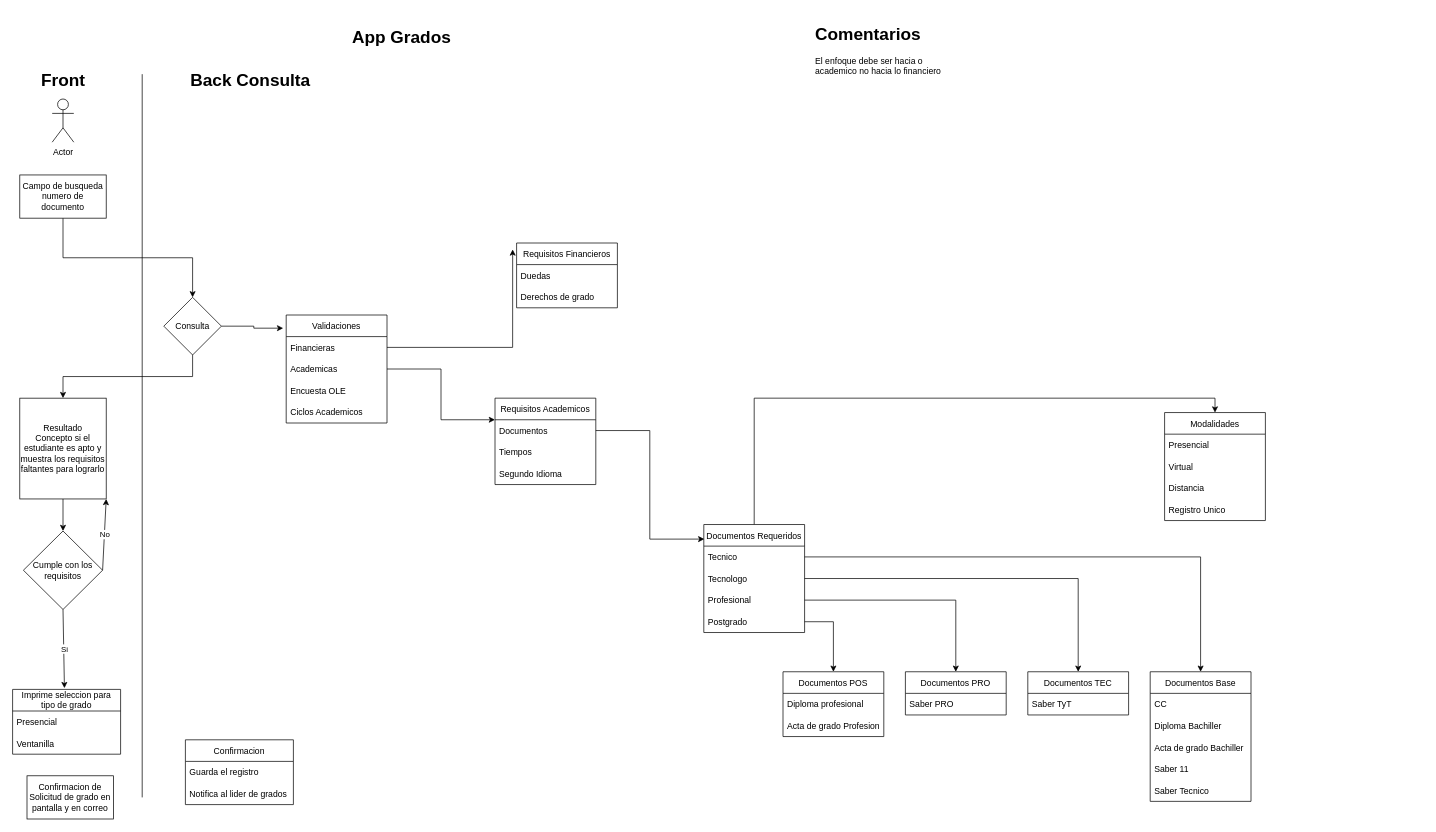
Earlier version of the draw.io diagram flujo-inicial.drawio (DevOps-CUN/docs-apps-grados). Source tidied: cells renumbered, new cells numbered last; positions are measured from the earlier drawing's top-left corner, leaving out a move shared by most shapes. Both pictures are drawn from the tidied source at 72%, with x=0, y=0 at pixel (12, 12).
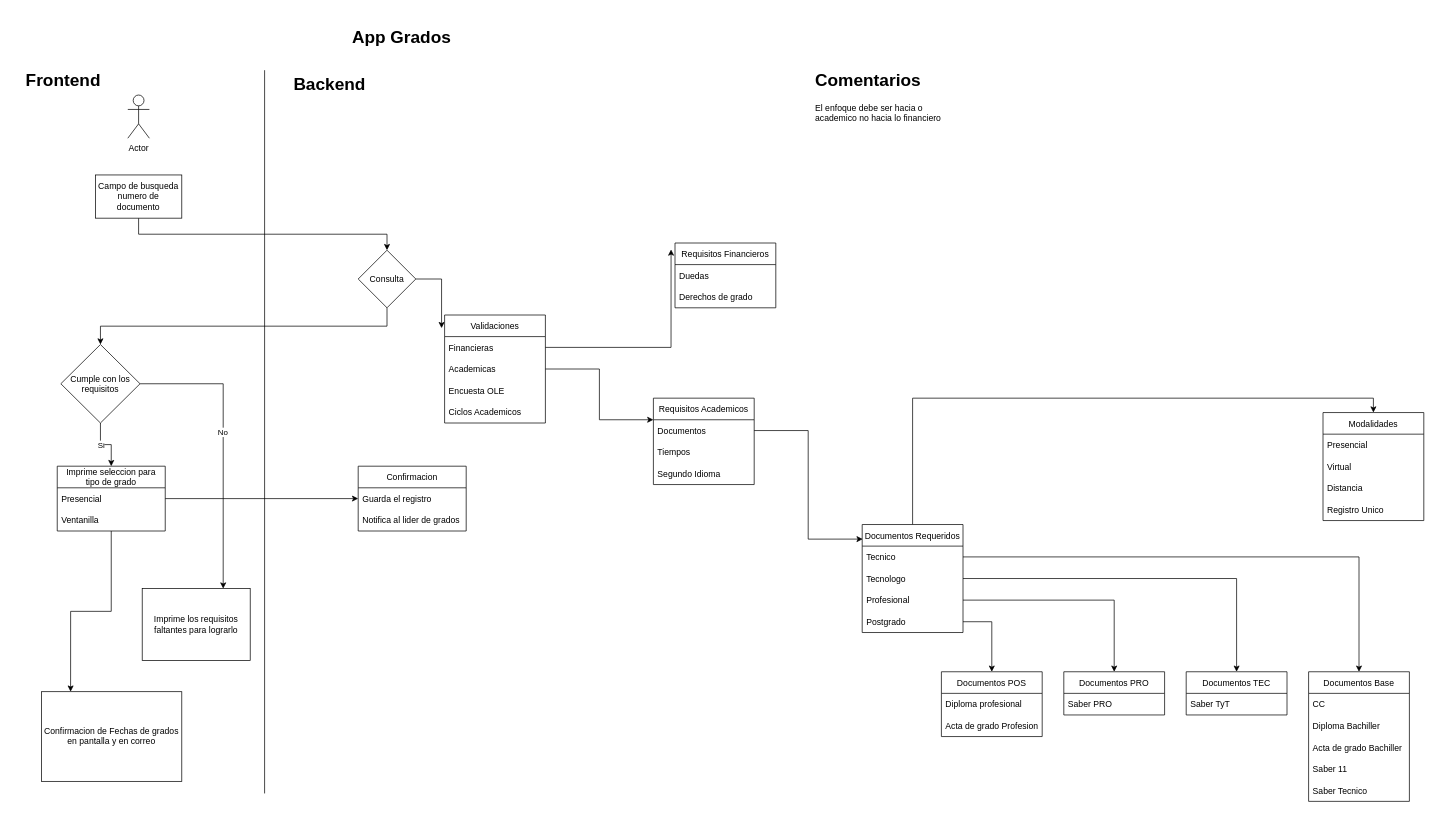
The same diagram, later.

Unchanged cells that the change refers to:
```xml
<mxCell id="62" value="Presencial" style="text;strokeColor=none;fillColor=none;align=left;verticalAlign=middle;spacingLeft=4;spacingRight=4;overflow=hidden;points=[[0,0.5],[1,0.5]];portConstraint=eastwest;" parent="61" vertex="1">
  <mxGeometry y="30" width="150" height="30" as="geometry" />
</mxCell>
<mxCell id="67" value="Guarda el registro" style="text;strokeColor=none;fillColor=none;align=left;verticalAlign=middle;spacingLeft=4;spacingRight=4;overflow=hidden;points=[[0,0.5],[1,0.5]];portConstraint=eastwest;" parent="66" vertex="1">
  <mxGeometry y="30" width="150" height="30" as="geometry" />
</mxCell>
```

What changed in the source:
```diff
@@
     <mxCell id="3" value="Campo de busqueda numero de documento" style="rounded=0;whiteSpace=wrap;html=1;" parent="1" vertex="1">
-      <mxGeometry x="10" y="225.5" width="120" height="60" as="geometry" />
+      <mxGeometry x="115" y="225.5" width="120" height="60" as="geometry" />
     </mxCell>
     <mxCell id="4" style="endArrow=none;html=1;rounded=0;" parent="1" edge="1">
       <mxGeometry relative="1" as="geometry">
-        <mxPoint x="180" y="1090" as="sourcePoint" />
-        <mxPoint x="180" y="85.5" as="targetPoint" />
+        <mxPoint x="350" y="1084.5" as="sourcePoint" />
+        <mxPoint x="350" y="80" as="targetPoint" />
       </mxGeometry>
     </mxCell>
-    <mxCell id="5" value="Front" style="text;strokeColor=none;fillColor=none;html=1;fontSize=24;fontStyle=1;verticalAlign=middle;align=center;" parent="1" vertex="1">
+    <mxCell id="5" value="Frontend" style="text;strokeColor=none;fillColor=none;html=1;fontSize=24;fontStyle=1;verticalAlign=middle;align=center;" parent="1" vertex="1">
       <mxGeometry x="20" y="74.5" width="100" height="40" as="geometry" />
     </mxCell>
-    <mxCell id="6" style="edgeStyle=orthogonalEdgeStyle;rounded=0;jettySize=auto;html=1;exitX=0.5;exitY=1;exitDx=0;exitDy=0;" parent="1" edge="1" source="7" target="58">
-      <mxGeometry relative="1" as="geometry" />
-    </mxCell>
-    <mxCell id="7" value="Resultado&lt;br&gt;Concepto si el estudiante es apto y muestra los requisitos faltantes para lograrlo&lt;br&gt;" style="rounded=0;whiteSpace=wrap;html=1;" parent="1" vertex="1">
-      <mxGeometry x="10" y="535.5" width="120" height="140" as="geometry" />
+    <mxCell id="7" value="Imprime los requisitos faltantes para lograrlo" style="rounded=0;whiteSpace=wrap;html=1;" parent="1" vertex="1">
+      <mxGeometry x="180" y="800" width="150" height="100" as="geometry" />
     </mxCell>
-    <mxCell id="8" style="edgeStyle=orthogonalEdgeStyle;rounded=0;jettySize=auto;html=1;exitX=0.5;exitY=1;exitDx=0;exitDy=0;entryX=0.5;entryY=0;entryDx=0;entryDy=0;" parent="1" edge="1" source="10" target="7">
+    <mxCell id="8" style="edgeStyle=orthogonalEdgeStyle;rounded=0;jettySize=auto;html=1;exitX=0.5;exitY=1;exitDx=0;exitDy=0;entryX=0.5;entryY=0;entryDx=0;entryDy=0;" parent="1" edge="1" source="10" target="58">
       <mxGeometry relative="1" as="geometry" />
     </mxCell>
@@
     <mxCell id="10" value="Consulta" style="rhombus;whiteSpace=wrap;html=1;" parent="1" vertex="1">
-      <mxGeometry x="210" y="395.5" width="80" height="80" as="geometry" />
+      <mxGeometry x="480" y="330" width="80" height="80" as="geometry" />
     </mxCell>
-    <mxCell id="11" value="Back Consulta" style="text;strokeColor=none;fillColor=none;html=1;fontSize=24;fontStyle=1;verticalAlign=middle;align=center;" parent="1" vertex="1">
-      <mxGeometry x="230" y="74.5" width="200" height="40" as="geometry" />
+    <mxCell id="11" value="Backend" style="text;strokeColor=none;fillColor=none;html=1;fontSize=24;fontStyle=1;verticalAlign=middle;align=center;" parent="1" vertex="1">
+      <mxGeometry x="340" y="80" width="200" height="40" as="geometry" />
     </mxCell>
@@
     <mxCell id="13" value="Validaciones" style="swimlane;fontStyle=0;horizontal=1;startSize=30;" parent="1" vertex="1">
-      <mxGeometry x="380" y="420" width="140" height="150" as="geometry" />
+      <mxGeometry x="600" y="420" width="140" height="150" as="geometry" />
     </mxCell>
@@
     <mxCell id="18" value="Actor" style="shape=umlActor;verticalLabelPosition=bottom;verticalAlign=top;html=1;" parent="1" vertex="1">
-      <mxGeometry x="55" y="120" width="30" height="60" as="geometry" />
+      <mxGeometry x="160" y="114.5" width="30" height="60" as="geometry" />
     </mxCell>
@@
     <mxCell id="20" value="Documentos Requeridos" style="swimlane;fontStyle=0;horizontal=1;startSize=30;" parent="1" vertex="1">
-      <mxGeometry x="960" y="711" width="140" height="150" as="geometry" />
+      <mxGeometry x="1180" y="711" width="140" height="150" as="geometry" />
     </mxCell>
@@
     <mxCell id="25" value="Modalidades" style="swimlane;fontStyle=0;horizontal=1;startSize=30;" parent="1" vertex="1">
-      <mxGeometry x="1600" y="555.5" width="140" height="150" as="geometry" />
+      <mxGeometry x="1820" y="555.5" width="140" height="150" as="geometry" />
     </mxCell>
@@
     <mxCell id="30" value="Documentos Base" style="swimlane;fontStyle=0;horizontal=1;startSize=30;" parent="1" vertex="1">
-      <mxGeometry x="1580" y="915.5" width="140" height="180" as="geometry" />
+      <mxGeometry x="1800" y="915.5" width="140" height="180" as="geometry" />
     </mxCell>
@@
     <mxCell id="37" value="Documentos TEC" style="swimlane;fontStyle=0;horizontal=1;startSize=30;" parent="1" vertex="1">
-      <mxGeometry x="1410" y="915.5" width="140" height="60" as="geometry" />
+      <mxGeometry x="1630" y="915.5" width="140" height="60" as="geometry" />
     </mxCell>
@@
     <mxCell id="39" value="Documentos PRO" style="swimlane;fontStyle=0;horizontal=1;startSize=30;" parent="1" vertex="1">
-      <mxGeometry x="1240" y="915.5" width="140" height="60" as="geometry" />
+      <mxGeometry x="1460" y="915.5" width="140" height="60" as="geometry" />
     </mxCell>
@@
     <mxCell id="41" value="Documentos POS" style="swimlane;fontStyle=0;horizontal=1;startSize=30;" parent="1" vertex="1">
-      <mxGeometry x="1070" y="915.5" width="140" height="90" as="geometry" />
+      <mxGeometry x="1290" y="915.5" width="140" height="90" as="geometry" />
     </mxCell>
@@
     <mxCell id="47" value="Requisitos Academicos" style="swimlane;fontStyle=0;horizontal=1;startSize=30;" parent="1" vertex="1">
-      <mxGeometry x="670" y="535.5" width="140" height="120" as="geometry" />
+      <mxGeometry x="890" y="535.5" width="140" height="120" as="geometry" />
     </mxCell>
@@
     <mxCell id="53" value="Requisitos Financieros" style="swimlane;fontStyle=0;horizontal=1;startSize=30;" parent="1" vertex="1">
-      <mxGeometry x="700" y="320" width="140" height="90" as="geometry" />
+      <mxGeometry x="920" y="320" width="140" height="90" as="geometry" />
     </mxCell>
@@
     <mxCell id="57" value="&lt;h1&gt;Comentarios&lt;/h1&gt;&lt;p&gt;El enfoque debe ser hacia o academico no hacia lo financiero&lt;/p&gt;&lt;p&gt;&lt;br&gt;&lt;/p&gt;" style="text;html=1;strokeColor=none;fillColor=none;spacing=5;spacingTop=-20;whiteSpace=wrap;overflow=hidden;rounded=0;" parent="1" vertex="1">
-      <mxGeometry x="1110" y="10" width="190" height="120" as="geometry" />
+      <mxGeometry x="1110" y="74.5" width="190" height="120" as="geometry" />
     </mxCell>
-    <mxCell id="58" value="Cumple con los requisitos" style="rhombus;whiteSpace=wrap;html=1;" parent="1" vertex="1">
-      <mxGeometry x="15" y="720" width="110" height="109" as="geometry" />
-    </mxCell>
+    <mxCell id="69" style="edgeStyle=orthogonalEdgeStyle;rounded=0;jettySize=auto;html=1;exitX=1;exitY=0.5;exitDx=0;exitDy=0;entryX=0.75;entryY=0;entryDx=0;entryDy=0;" parent="1" edge="1" source="58" target="7">
+      <mxGeometry relative="1" as="geometry" />
+    </mxCell>
+    <mxCell id="64" value="No" style="edgeLabel;html=1;align=center;verticalAlign=middle;" parent="69" vertex="1">
+      <mxGeometry x="-0.09" y="-1" relative="1" as="geometry" />
+    </mxCell>
-    <mxCell id="59" style="endArrow=classic;html=1;rounded=0;exitX=0.5;exitY=1;exitDx=0;exitDy=0;entryX=0.48;entryY=-0.019;entryDx=0;entryDy=0;entryPerimeter=0;" parent="1" edge="1" source="58" target="61">
+    <mxCell id="59" style="edgeStyle=orthogonalEdgeStyle;rounded=0;jettySize=auto;html=1;exitX=0.5;exitY=1;exitDx=0;exitDy=0;entryX=0.5;entryY=0;entryDx=0;entryDy=0;" parent="1" edge="1" source="58" target="61">
       <mxGeometry relative="1" as="geometry" />
     </mxCell>
     <mxCell id="60" value="Si" style="edgeLabel;html=1;align=center;verticalAlign=middle;" parent="59" vertex="1">
-      <mxGeometry relative="1" as="geometry" />
+      <mxGeometry x="-0.21" relative="1" as="geometry" />
     </mxCell>
+    <mxCell id="58" value="Cumple con los requisitos" style="rhombus;whiteSpace=wrap;html=1;" parent="1" vertex="1">
+      <mxGeometry x="67" y="461" width="110" height="109" as="geometry" />
+    </mxCell>
+    <mxCell id="70" style="edgeStyle=orthogonalEdgeStyle;rounded=0;jettySize=auto;html=1;exitX=0.5;exitY=1;exitDx=0;exitDy=0;entryX=0.208;entryY=0;entryDx=0;entryDy=0;entryPerimeter=0;" parent="1" edge="1" source="61" target="65">
+      <mxGeometry relative="1" as="geometry" />
+    </mxCell>
     <mxCell id="61" value="Imprime seleccion para &#10;tipo de grado" style="swimlane;fontStyle=0;horizontal=1;startSize=30;" parent="1" vertex="1">
-      <mxGeometry y="940" width="150" height="90" as="geometry" />
+      <mxGeometry x="62" y="630" width="150" height="90" as="geometry" />
     </mxCell>
@@
-    <mxCell id="64" value="No" style="endArrow=classic;html=1;rounded=0;exitX=1;exitY=0.5;exitDx=0;exitDy=0;entryX=1;entryY=1;entryDx=0;entryDy=0;" parent="1" edge="1" source="58" target="7">
-      <mxGeometry relative="1" as="geometry" />
-    </mxCell>
-    <mxCell id="65" value="Confirmacion de Solicitud de grado en pantalla y en correo" style="rounded=0;whiteSpace=wrap;html=1;" parent="1" vertex="1">
-      <mxGeometry x="20" y="1060" width="120" height="60" as="geometry" />
+    <mxCell id="65" value="Confirmacion de Fechas de grados en pantalla y en correo" style="rounded=0;whiteSpace=wrap;html=1;" parent="1" vertex="1">
+      <mxGeometry x="40" y="943.2" width="195" height="124.5" as="geometry" />
     </mxCell>
     <mxCell id="66" value="Confirmacion" style="swimlane;fontStyle=0;horizontal=1;startSize=30;" parent="1" vertex="1">
-      <mxGeometry x="240" y="1010" width="150" height="90" as="geometry" />
+      <mxGeometry x="480" y="630" width="150" height="90" as="geometry" />
     </mxCell>
@@
+    <mxCell id="71" style="edgeStyle=orthogonalEdgeStyle;rounded=0;jettySize=auto;html=1;exitX=1;exitY=0.5;exitDx=0;exitDy=0;entryX=0;entryY=0.5;entryDx=0;entryDy=0;" parent="1" edge="1" source="62" target="67">
+      <mxGeometry relative="1" as="geometry" />
+    </mxCell>
```
